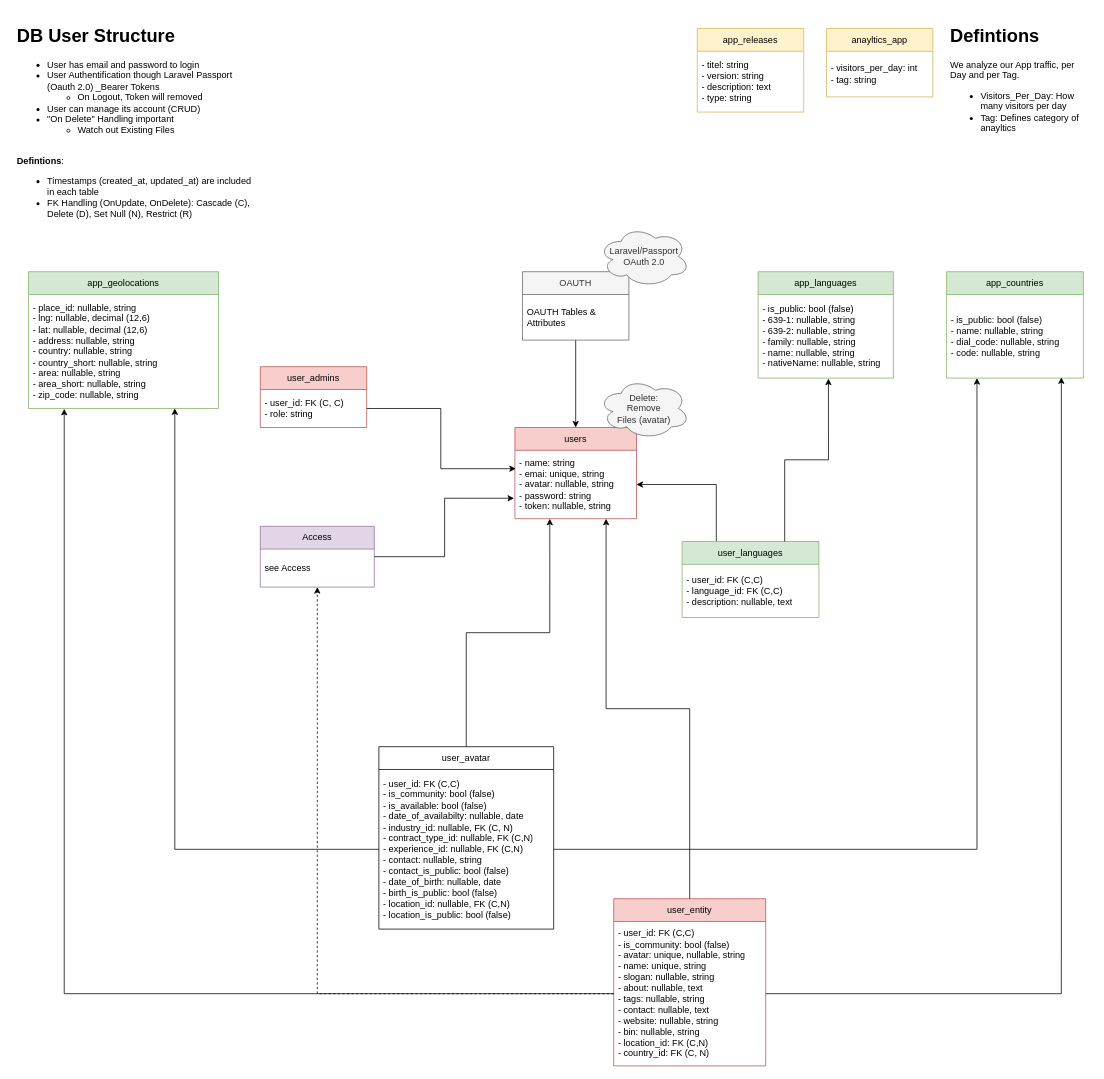
Above: page "DB Structure" (1 of 6) of docs/Features/01 - Useraccount.drawio in CarlsonBuma/laravel-quasar-template (draw.io), before the change. Source tidied: cells renumbered, new cells numbered last; positions are measured from the earlier drawing's top-left corner, leaving out a move shared by most shapes. Both pictures are drawn from the tidied source at 76%, with x=0, y=0 at pixel (13, 21).
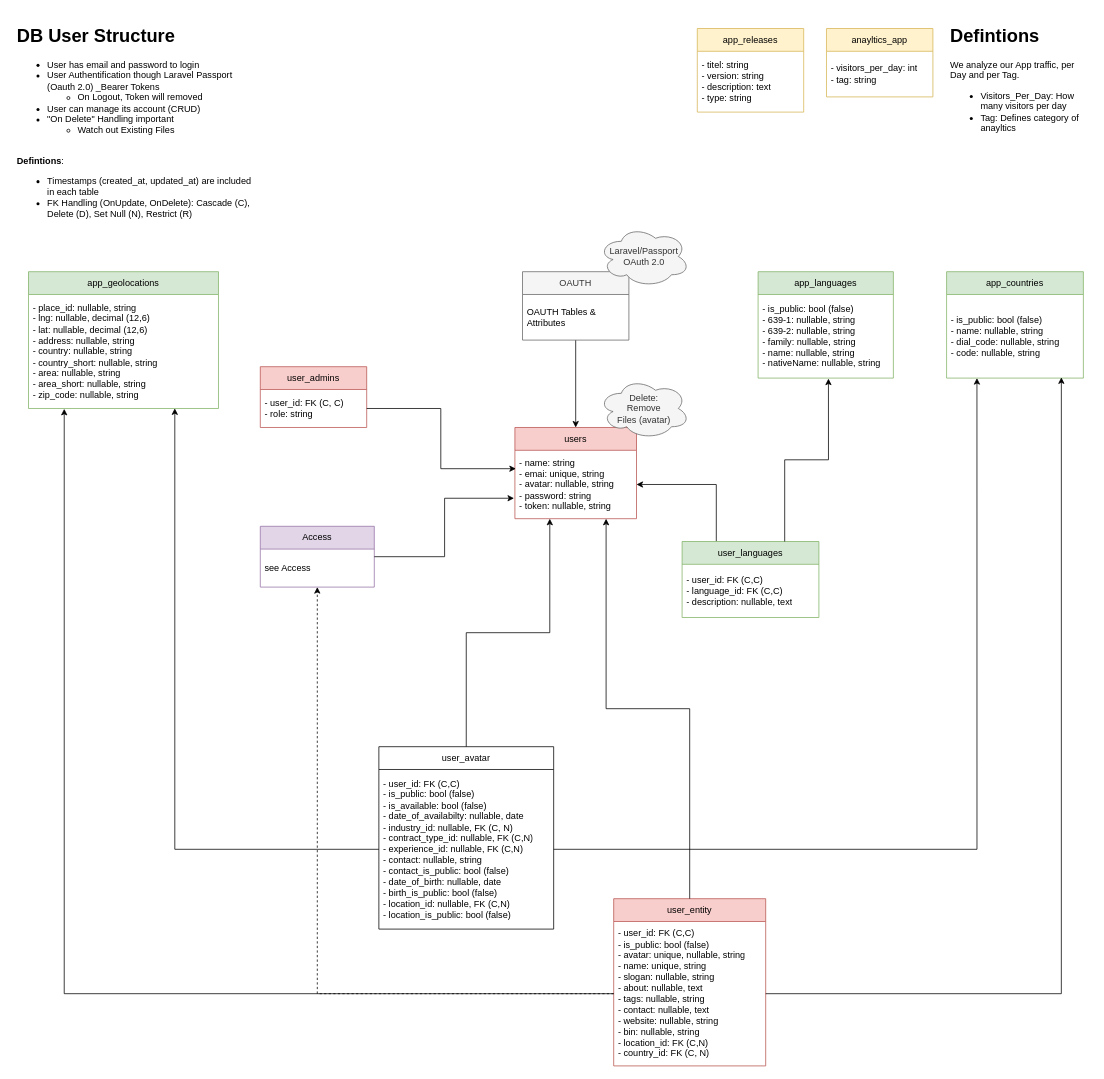
After the change.

The change refers to these unchanged cells:
```xml
<mxCell id="6" value="user_avatar" style="swimlane;fontStyle=0;horizontal=1;startSize=30;whiteSpace=wrap;html=1;" parent="1" vertex="1">
  <mxGeometry x="481" y="955" width="230" height="240" as="geometry" />
</mxCell>
<mxCell id="20" value="user_entity" style="swimlane;fontStyle=0;horizontal=1;startSize=30;whiteSpace=wrap;html=1;fillColor=#f8cecc;strokeColor=#b85450;" parent="1" vertex="1">
  <mxGeometry x="790" y="1155" width="200" height="220" as="geometry" />
</mxCell>
```

Diff of the diagram source:
```diff
@@
-    <mxCell id="7" value="- user_id: FK (C,C)&lt;br&gt;- is_community: bool (false)&lt;br&gt;- is_available: bool (false)&lt;br&gt;- date_of_availabilty: nullable, date&lt;br&gt;- industry_id: nullable, FK (C, N)&lt;br&gt;- contract_type_id: nullable, FK (C,N)&lt;br&gt;- experience_id: nullable, FK (C,N)&lt;br&gt;- contact: nullable, string&lt;br&gt;- contact_is_public: bool (false)&lt;br&gt;- date_of_birth: nullable, date&lt;br&gt;- birth_is_public: bool (false)&lt;br&gt;- location_id: nullable, FK (C,N)&lt;br&gt;- location_is_public: bool (false)" style="text;strokeColor=none;fillColor=none;align=left;verticalAlign=middle;spacingLeft=4;spacingRight=4;overflow=hidden;points=[[0,0.5],[1,0.5]];portConstraint=eastwest;whiteSpace=wrap;html=1;" parent="6" vertex="1">
+    <mxCell id="7" value="- user_id: FK (C,C)&lt;br&gt;- is_public: bool (false)&lt;br&gt;- is_available: bool (false)&lt;br&gt;- date_of_availabilty: nullable, date&lt;br&gt;- industry_id: nullable, FK (C, N)&lt;br&gt;- contract_type_id: nullable, FK (C,N)&lt;br&gt;- experience_id: nullable, FK (C,N)&lt;br&gt;- contact: nullable, string&lt;br&gt;- contact_is_public: bool (false)&lt;br&gt;- date_of_birth: nullable, date&lt;br&gt;- birth_is_public: bool (false)&lt;br&gt;- location_id: nullable, FK (C,N)&lt;br&gt;- location_is_public: bool (false)" style="text;strokeColor=none;fillColor=none;align=left;verticalAlign=middle;spacingLeft=4;spacingRight=4;overflow=hidden;points=[[0,0.5],[1,0.5]];portConstraint=eastwest;whiteSpace=wrap;html=1;" parent="6" vertex="1">
       <mxGeometry y="30" width="230" height="210" as="geometry" />
     </mxCell>
@@
-    <mxCell id="21" value="- user_id: FK (C,C)&lt;br&gt;- is_community: bool (false)&lt;br&gt;- avatar: unique, nullable, string&lt;br&gt;- name: unique, string&lt;br&gt;- slogan: nullable, string&lt;br&gt;- about: nullable, text&lt;br&gt;- tags: nullable, string&lt;br&gt;- contact: nullable, text&lt;br&gt;- website: nullable, string&lt;br&gt;- bin: nullable, string&lt;br&gt;- location_id: FK (C,N)&lt;br&gt;- country_id: FK (C, N)" style="text;strokeColor=none;fillColor=none;align=left;verticalAlign=middle;spacingLeft=4;spacingRight=4;overflow=hidden;points=[[0,0.5],[1,0.5]];portConstraint=eastwest;whiteSpace=wrap;html=1;" parent="20" vertex="1">
+    <mxCell id="21" value="- user_id: FK (C,C)&lt;br&gt;- is_public: bool (false)&lt;br&gt;- avatar: unique, nullable, string&lt;br&gt;- name: unique, string&lt;br&gt;- slogan: nullable, string&lt;br&gt;- about: nullable, text&lt;br&gt;- tags: nullable, string&lt;br&gt;- contact: nullable, text&lt;br&gt;- website: nullable, string&lt;br&gt;- bin: nullable, string&lt;br&gt;- location_id: FK (C,N)&lt;br&gt;- country_id: FK (C, N)" style="text;strokeColor=none;fillColor=none;align=left;verticalAlign=middle;spacingLeft=4;spacingRight=4;overflow=hidden;points=[[0,0.5],[1,0.5]];portConstraint=eastwest;whiteSpace=wrap;html=1;" parent="20" vertex="1">
       <mxGeometry y="30" width="200" height="190" as="geometry" />
     </mxCell>
```
